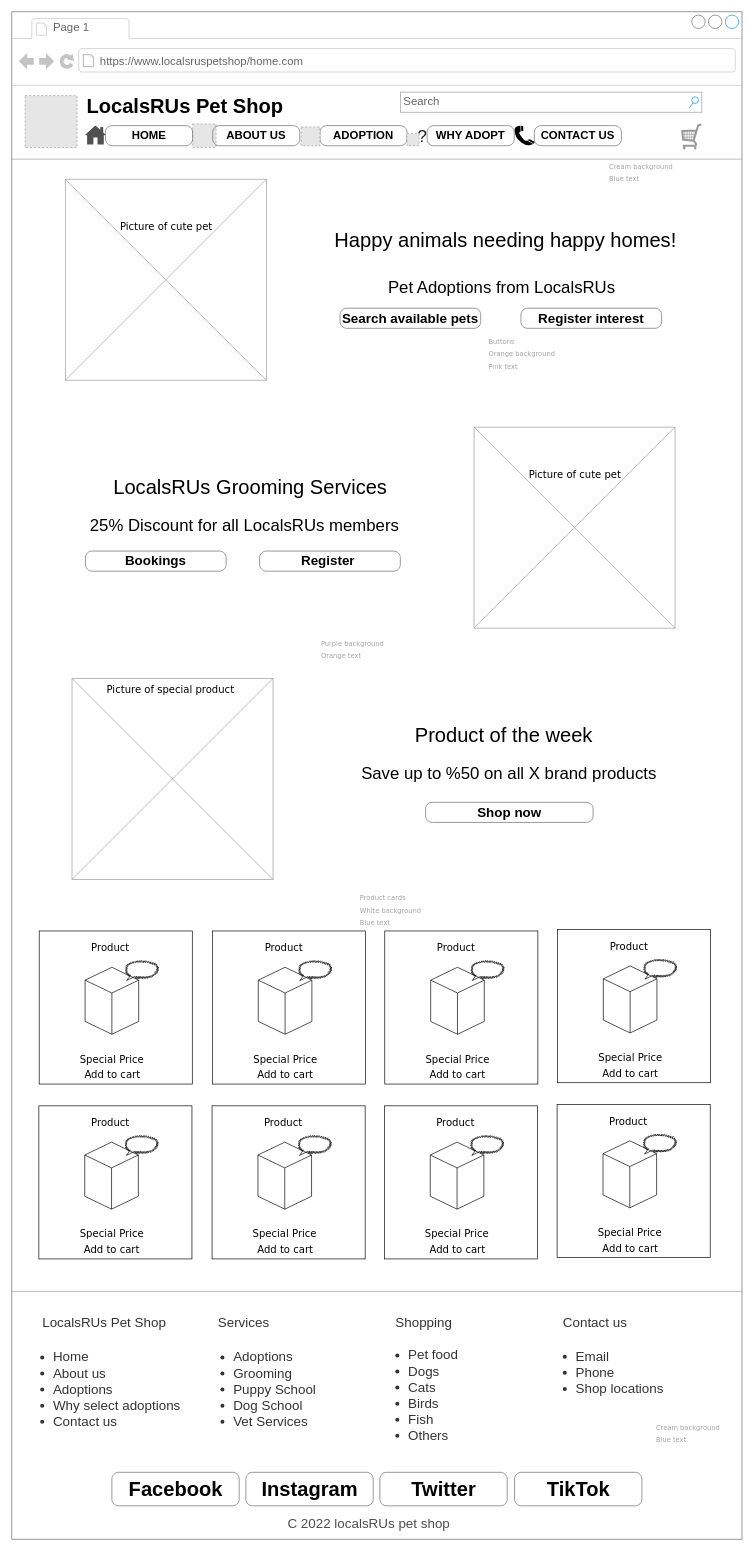
Above: page "Home Page" (2 of 10) of Untitled Diagram.drawio in Oenghuswalsh/ICTWEB431-OenghusWalsh (draw.io), before the change. Source tidied: cells renumbered, new cells numbered last; positions are measured from the earlier drawing's top-left corner, leaving out a move shared by most shapes. Both pictures are drawn from the tidied source at 67%, with x=0, y=0 at pixel (11, 11). Pictures stored in the file or linked from it are replaced by grey dashed boxes.
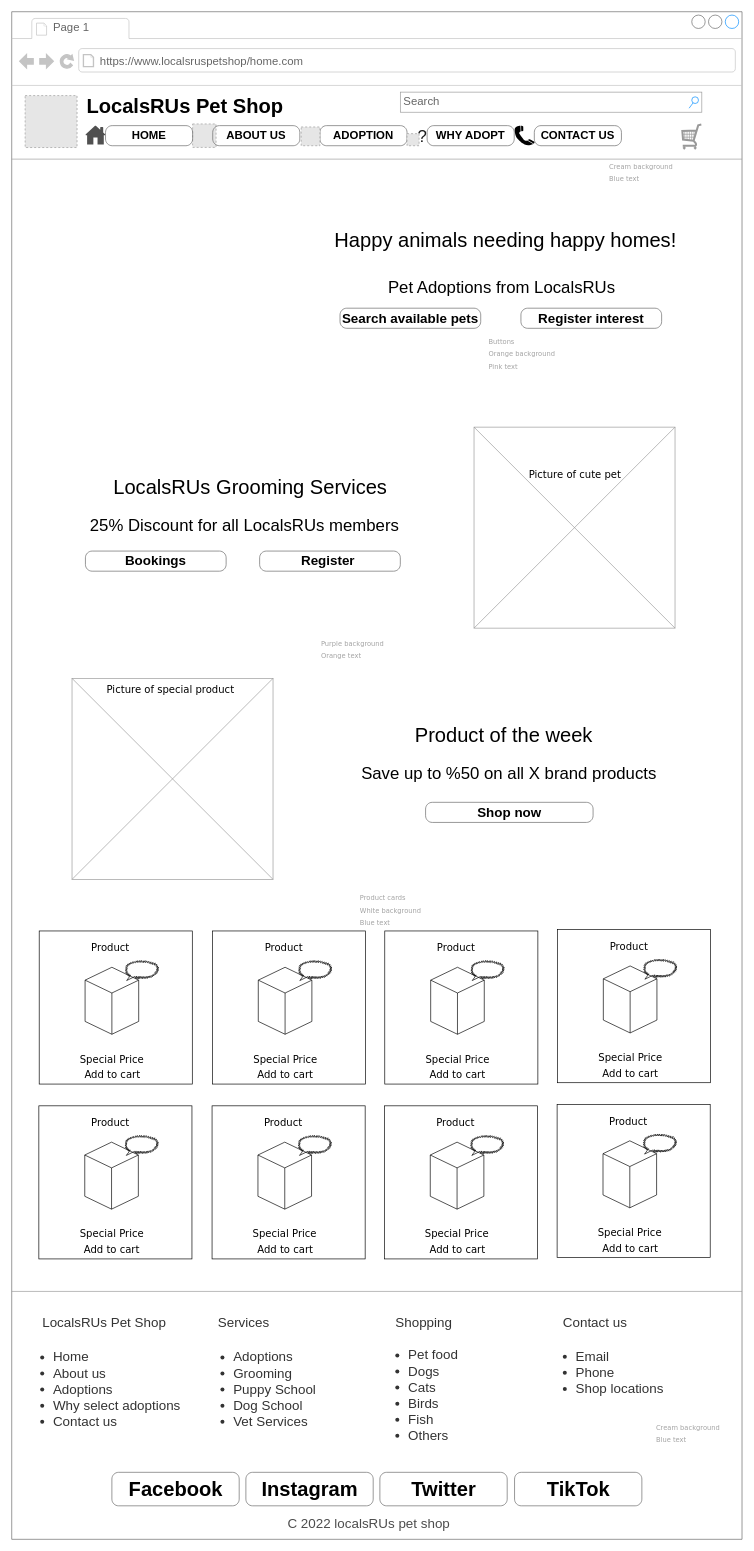
After the change.

The change refers to these unchanged cells:
```xml
<mxCell id="2" style="strokeWidth=1;shadow=0;dashed=0;align=center;html=1;shape=mxgraph.mockup.containers.browserWindow;rSize=0;strokeColor=#666666;mainText=,;rounded=0;labelBackgroundColor=none;fontFamily=Verdana;fontSize=12;fillColor=none;" parent="1" vertex="1">
  <mxGeometry width="1090" height="2280" as="geometry" />
</mxCell>
```

Diff of the diagram source:
```diff
@@
-    <mxCell id="10" style="group;" parent="2" vertex="1">
-      <mxGeometry x="80" y="250" width="300" height="300" as="geometry" />
-    </mxCell>
-    <mxCell id="11" value="Picture of cute pet" style="text;html=1;align=left;verticalAlign=top;spacingTop=-4;fontSize=15;fontFamily=Verdana;" parent="10" vertex="1">
-      <mxGeometry x="80" y="60" width="170" height="30" as="geometry" />
-    </mxCell>
-    <mxCell id="12" style="verticalLabelPosition=bottom;shadow=0;dashed=0;align=center;html=1;verticalAlign=top;strokeWidth=1;shape=mxgraph.mockup.graphics.simpleIcon;strokeColor=#999999;fillColor=none;rounded=0;labelBackgroundColor=none;fontFamily=Verdana;fontSize=12;fontColor=#000000;" parent="10" vertex="1">
-      <mxGeometry width="300" height="300" as="geometry" />
-    </mxCell>
     <mxCell id="13" style="group;" parent="2" vertex="1">
-      <mxGeometry x="690" y="620" width="300" height="300" as="geometry" />
+      <mxGeometry x="690" y="620" width="300" height="369.6" as="geometry" />
     </mxCell>
```
